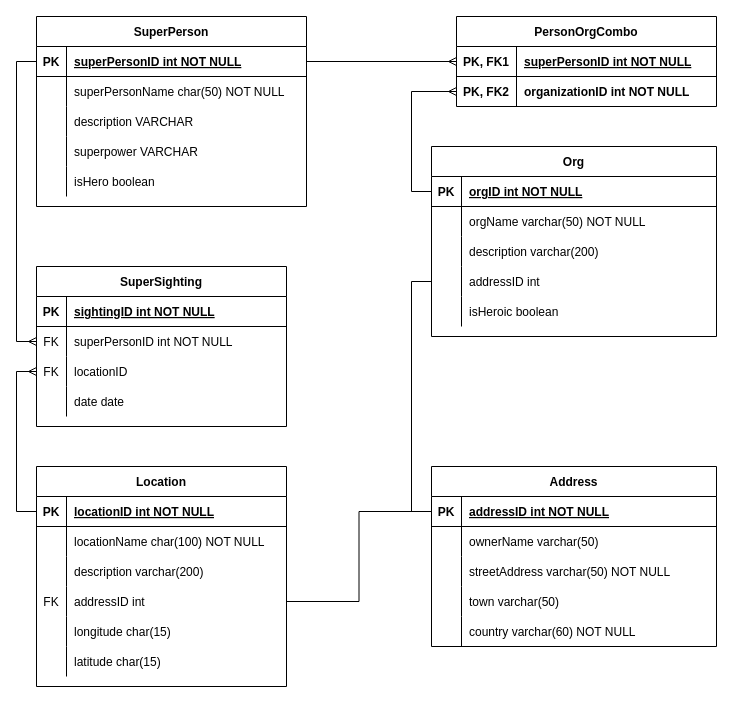
This is SQL stuff/In-class ERDs/Engage Superhero DB ERD.drawio from The-Software-Guild/git---github-B-Rust, a draw.io file, before an edit. Source tidied: cells renumbered, new cells numbered last; positions are measured from the earlier drawing's top-left corner, leaving out a move shared by most shapes. Both pictures are drawn from the tidied source at 100%, with x=0, y=0 at pixel (16, 16).
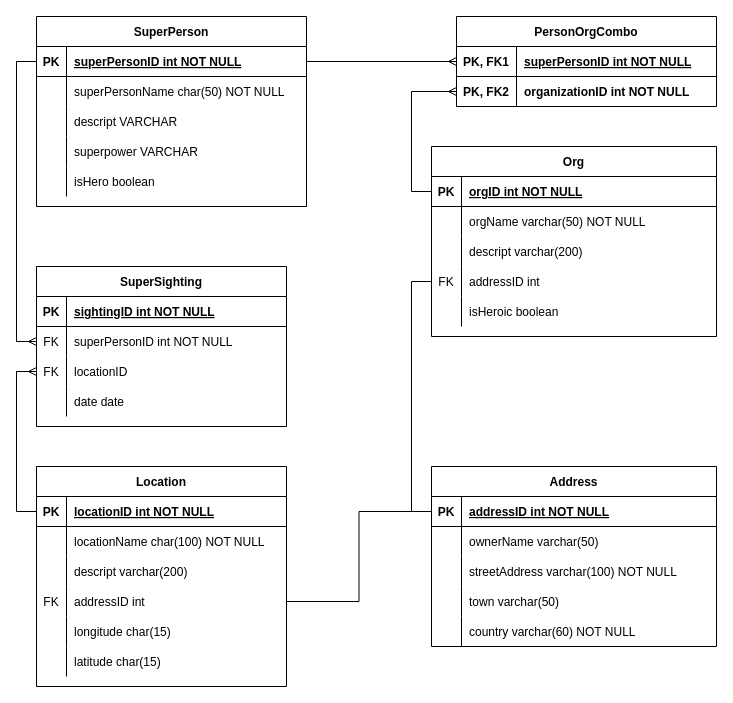
After the change.

The change refers to these unchanged cells:
```xml
<mxCell id="9" style="shape=partialRectangle;fillColor=none;top=0;left=0;right=0;bottom=0;" parent="2" vertex="1">
  <mxGeometry y="90" width="270" height="30" as="geometry" />
</mxCell>
<mxCell id="38" style="shape=partialRectangle;fillColor=none;top=0;left=0;right=0;bottom=0;" parent="31" vertex="1">
  <mxGeometry y="90" width="285" height="30" as="geometry" />
</mxCell>
<mxCell id="41" style="shape=partialRectangle;fillColor=none;points=[[0,0.5],[1,0.5]];portConstraint=eastwest;top=0;left=0;right=0;bottom=0;" parent="31" vertex="1">
  <mxGeometry y="120" width="285" height="30" as="geometry" />
</mxCell>
<mxCell id="54" style="shape=partialRectangle;fillColor=none;top=0;left=0;right=0;bottom=0;" parent="47" vertex="1">
  <mxGeometry y="90" width="250" height="30" as="geometry" />
</mxCell>
<mxCell id="73" style="shape=partialRectangle;fillColor=none;top=0;left=0;right=0;bottom=0;" parent="66" vertex="1">
  <mxGeometry y="90" width="285" height="30" as="geometry" />
</mxCell>
```

The edit, as a diff of the source:
```diff
@@
-    <mxCell id="11" value="description VARCHAR" style="shape=partialRectangle;overflow=hidden;fillColor=none;top=0;left=0;bottom=0;right=0;align=left;spacingLeft=6;" parent="9" vertex="1">
+    <mxCell id="11" value="descript VARCHAR" style="shape=partialRectangle;overflow=hidden;fillColor=none;top=0;left=0;bottom=0;right=0;align=left;spacingLeft=6;" parent="9" vertex="1">
       <mxGeometry x="30" width="240" height="30" as="geometry" />
     </mxCell>
@@
-    <mxCell id="40" value="description varchar(200)" style="shape=partialRectangle;overflow=hidden;fillColor=none;top=0;left=0;bottom=0;right=0;align=left;spacingLeft=6;" parent="38" vertex="1">
+    <mxCell id="40" value="descript varchar(200)" style="shape=partialRectangle;overflow=hidden;fillColor=none;top=0;left=0;bottom=0;right=0;align=left;spacingLeft=6;" parent="38" vertex="1">
       <mxGeometry x="30" width="255" height="30" as="geometry" />
     </mxCell>
@@
-    <mxCell id="42" style="shape=partialRectangle;overflow=hidden;fillColor=none;top=0;left=0;bottom=0;right=0;" parent="41" vertex="1">
+    <mxCell id="42" value="FK" style="shape=partialRectangle;overflow=hidden;fillColor=none;top=0;left=0;bottom=0;right=0;" parent="41" vertex="1">
       <mxGeometry width="30" height="30" as="geometry" />
     </mxCell>
@@
-    <mxCell id="56" value="description varchar(200)" style="shape=partialRectangle;overflow=hidden;fillColor=none;top=0;left=0;bottom=0;right=0;align=left;spacingLeft=6;" parent="54" vertex="1">
+    <mxCell id="56" value="descript varchar(200)" style="shape=partialRectangle;overflow=hidden;fillColor=none;top=0;left=0;bottom=0;right=0;align=left;spacingLeft=6;" parent="54" vertex="1">
       <mxGeometry x="30" width="220" height="30" as="geometry" />
     </mxCell>
@@
-    <mxCell id="75" value="streetAddress varchar(50) NOT NULL" style="shape=partialRectangle;overflow=hidden;fillColor=none;top=0;left=0;bottom=0;right=0;align=left;spacingLeft=6;" parent="73" vertex="1">
+    <mxCell id="75" value="streetAddress varchar(100) NOT NULL" style="shape=partialRectangle;overflow=hidden;fillColor=none;top=0;left=0;bottom=0;right=0;align=left;spacingLeft=6;" parent="73" vertex="1">
       <mxGeometry x="30" width="255" height="30" as="geometry" />
     </mxCell>
```
